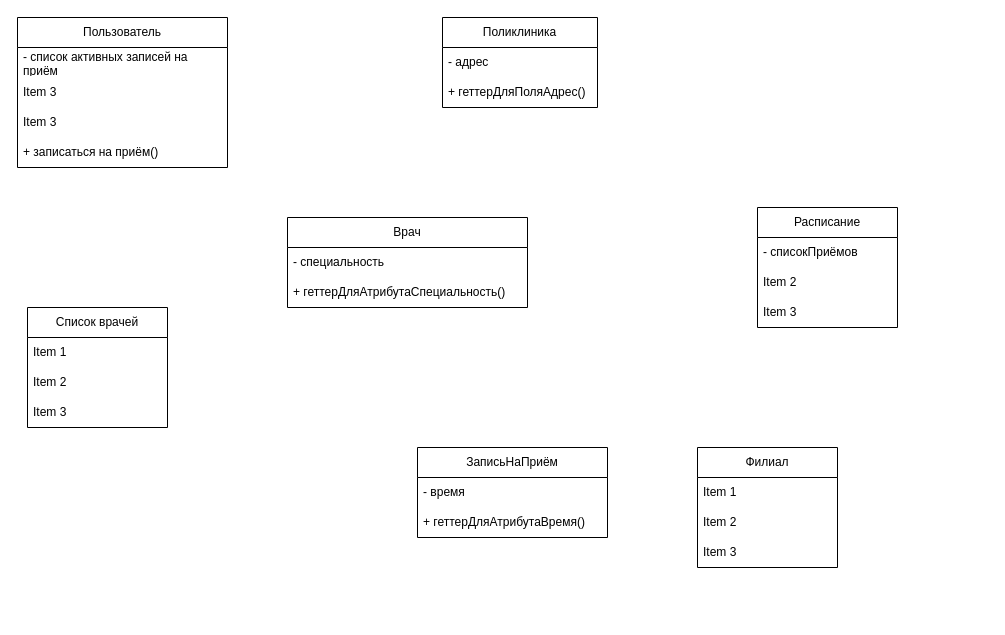
v-tempe/draw.io keeps this draw.io diagram as acms5.drawio. Above is the earlier version. Source tidied: cells renumbered, new cells numbered last; positions are measured from the earlier drawing's top-left corner, leaving out a move shared by most shapes. Both pictures are drawn from the tidied source at 100%, with x=0, y=0 at pixel (17, 17).
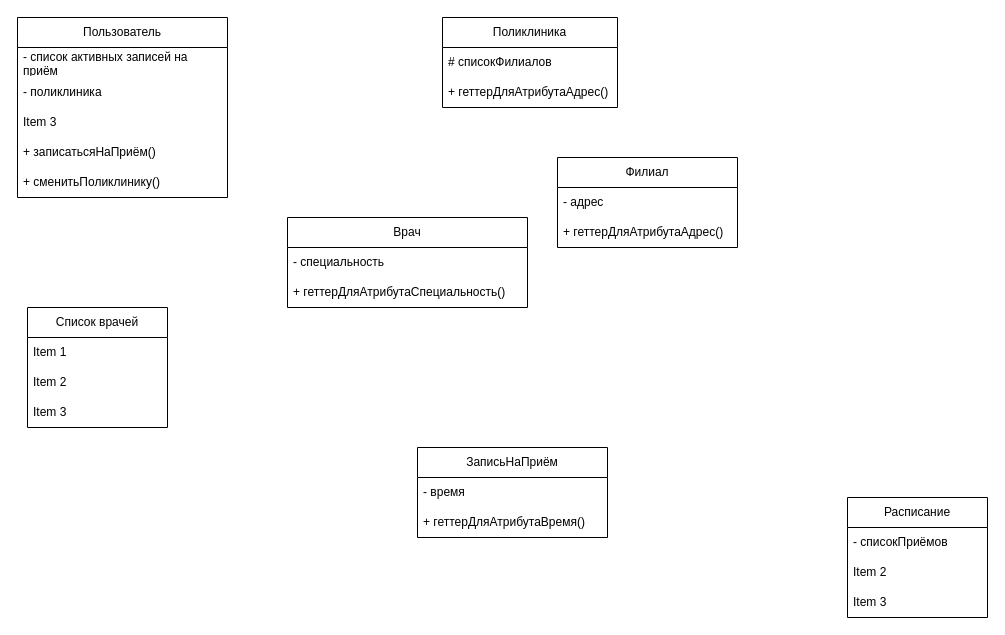
Above is the later version.

Diff of the diagram source:
```diff
@@
     <mxCell id="5" value="Расписание" style="swimlane;fontStyle=0;horizontal=1;startSize=30;whiteSpace=wrap;html=1;" parent="1" vertex="1">
-      <mxGeometry x="740" y="190" width="140" height="120" as="geometry" />
+      <mxGeometry x="830" y="480" width="140" height="120" as="geometry" />
     </mxCell>
@@
     <mxCell id="9" value="Пользователь" style="swimlane;fontStyle=0;horizontal=1;startSize=30;whiteSpace=wrap;html=1;" parent="1" vertex="1">
-      <mxGeometry width="210" height="150" as="geometry" />
+      <mxGeometry width="210" height="180" as="geometry" />
     </mxCell>
@@
-    <mxCell id="11" value="Item 3" style="text;strokeColor=none;fillColor=none;align=left;verticalAlign=middle;spacingLeft=4;spacingRight=4;overflow=hidden;whiteSpace=wrap;html=1;" parent="9" vertex="1">
+    <mxCell id="11" value="- поликлиника" style="text;strokeColor=none;fillColor=none;align=left;verticalAlign=middle;spacingLeft=4;spacingRight=4;overflow=hidden;whiteSpace=wrap;html=1;" parent="9" vertex="1">
       <mxGeometry y="60" width="210" height="30" as="geometry" />
     </mxCell>
@@
-    <mxCell id="13" value="+ записаться на приём()" style="text;strokeColor=none;fillColor=none;align=left;verticalAlign=middle;spacingLeft=4;spacingRight=4;overflow=hidden;whiteSpace=wrap;html=1;" parent="9" vertex="1">
+    <mxCell id="13" value="+ записатьсяНаПриём()" style="text;strokeColor=none;fillColor=none;align=left;verticalAlign=middle;spacingLeft=4;spacingRight=4;overflow=hidden;whiteSpace=wrap;html=1;" parent="9" vertex="1">
       <mxGeometry y="120" width="210" height="30" as="geometry" />
     </mxCell>
+    <mxCell id="28" value="+ сменитьПоликлинику()" style="text;strokeColor=none;fillColor=none;align=left;verticalAlign=middle;spacingLeft=4;spacingRight=4;overflow=hidden;whiteSpace=wrap;html=1;" parent="9" vertex="1">
+      <mxGeometry y="150" width="210" height="30" as="geometry" />
+    </mxCell>
@@
     <mxCell id="21" value="Поликлиника" style="swimlane;fontStyle=0;horizontal=1;startSize=30;whiteSpace=wrap;html=1;" parent="1" vertex="1">
-      <mxGeometry x="425" width="155" height="90" as="geometry" />
+      <mxGeometry x="425" width="175" height="90" as="geometry" />
     </mxCell>
-    <mxCell id="22" value="- адрес" style="text;strokeColor=none;fillColor=none;align=left;verticalAlign=middle;spacingLeft=4;spacingRight=4;overflow=hidden;whiteSpace=wrap;html=1;" parent="21" vertex="1">
-      <mxGeometry y="30" width="155" height="30" as="geometry" />
+    <mxCell id="22" value="# списокФилиалов" style="text;strokeColor=none;fillColor=none;align=left;verticalAlign=middle;spacingLeft=4;spacingRight=4;overflow=hidden;whiteSpace=wrap;html=1;" parent="21" vertex="1">
+      <mxGeometry y="30" width="175" height="30" as="geometry" />
     </mxCell>
-    <mxCell id="23" value="+ геттерДляПоляАдрес()" style="text;strokeColor=none;fillColor=none;align=left;verticalAlign=middle;spacingLeft=4;spacingRight=4;overflow=hidden;whiteSpace=wrap;html=1;" parent="21" vertex="1">
-      <mxGeometry y="60" width="155" height="30" as="geometry" />
+    <mxCell id="23" value="+ геттерДляАтрибутаАдрес()" style="text;strokeColor=none;fillColor=none;align=left;verticalAlign=middle;spacingLeft=4;spacingRight=4;overflow=hidden;whiteSpace=wrap;html=1;" parent="21" vertex="1">
+      <mxGeometry y="60" width="175" height="30" as="geometry" />
     </mxCell>
     <mxCell id="24" value="Филиал" style="swimlane;fontStyle=0;horizontal=1;startSize=30;whiteSpace=wrap;html=1;" parent="1" vertex="1">
-      <mxGeometry x="680" y="430" width="140" height="120" as="geometry" />
+      <mxGeometry x="540" y="140" width="180" height="90" as="geometry" />
     </mxCell>
-    <mxCell id="25" value="Item 1" style="text;strokeColor=none;fillColor=none;align=left;verticalAlign=middle;spacingLeft=4;spacingRight=4;overflow=hidden;whiteSpace=wrap;html=1;" parent="24" vertex="1">
-      <mxGeometry y="30" width="140" height="30" as="geometry" />
+    <mxCell id="25" value="- адрес" style="text;strokeColor=none;fillColor=none;align=left;verticalAlign=middle;spacingLeft=4;spacingRight=4;overflow=hidden;whiteSpace=wrap;html=1;" parent="24" vertex="1">
+      <mxGeometry y="30" width="180" height="30" as="geometry" />
     </mxCell>
-    <mxCell id="26" value="Item 2" style="text;strokeColor=none;fillColor=none;align=left;verticalAlign=middle;spacingLeft=4;spacingRight=4;overflow=hidden;whiteSpace=wrap;html=1;" parent="24" vertex="1">
-      <mxGeometry y="60" width="140" height="30" as="geometry" />
+    <mxCell id="26" value="+ геттерДляАтрибутаАдрес()" style="text;strokeColor=none;fillColor=none;align=left;verticalAlign=middle;spacingLeft=4;spacingRight=4;overflow=hidden;whiteSpace=wrap;html=1;" parent="24" vertex="1">
+      <mxGeometry y="60" width="180" height="30" as="geometry" />
     </mxCell>
-    <mxCell id="27" value="Item 3" style="text;strokeColor=none;fillColor=none;align=left;verticalAlign=middle;spacingLeft=4;spacingRight=4;overflow=hidden;whiteSpace=wrap;html=1;" parent="24" vertex="1">
-      <mxGeometry y="90" width="140" height="30" as="geometry" />
-    </mxCell>
```
